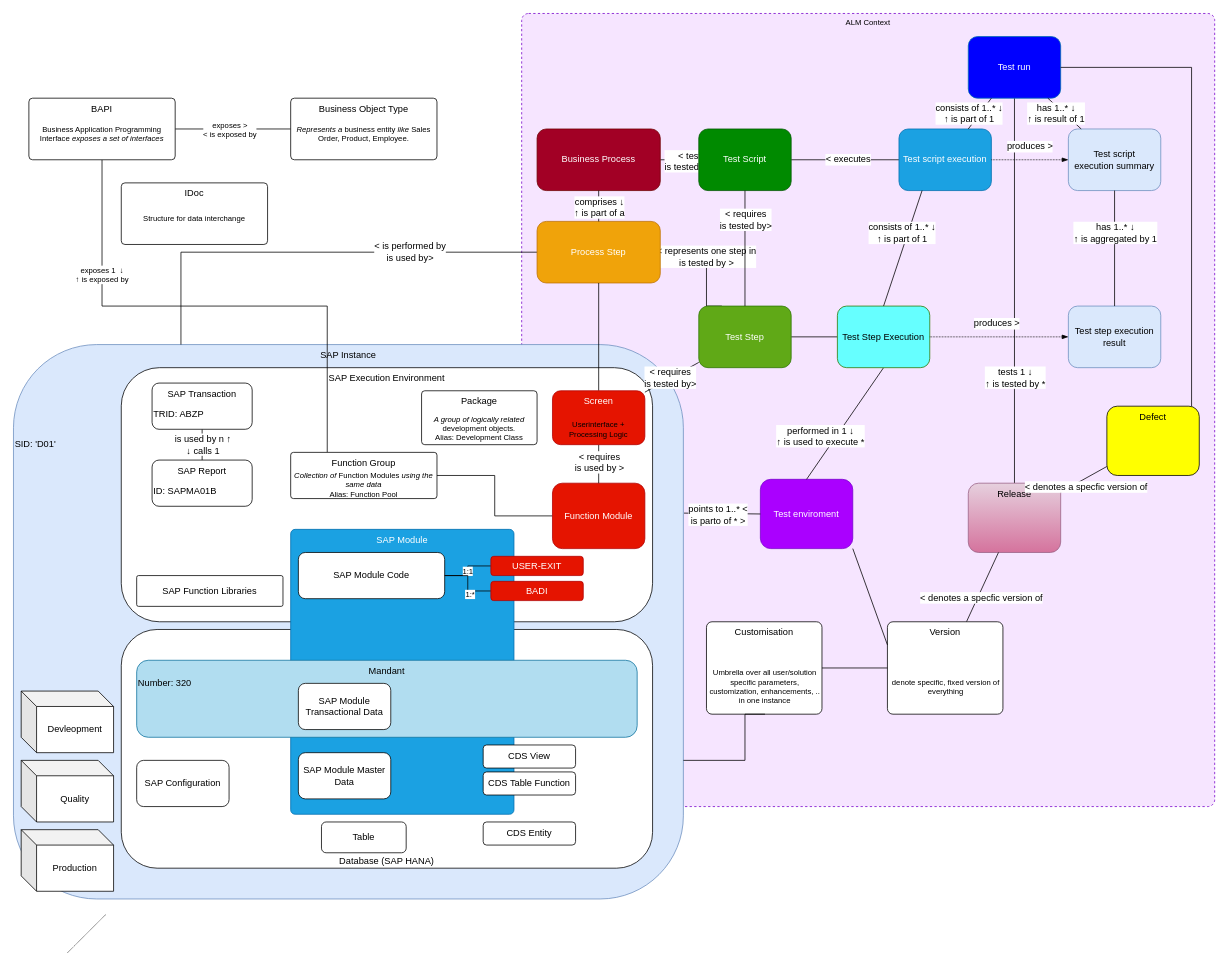
Before: SAP-Information-Model.drawio in sp-christian/sap-information-model, a draw.io diagram. Source tidied: cells renumbered, new cells numbered last; positions are measured from the earlier drawing's top-left corner, leaving out a move shared by most shapes. Both pictures are drawn from the tidied source at 77%, with x=0, y=0 at pixel (13, 13).
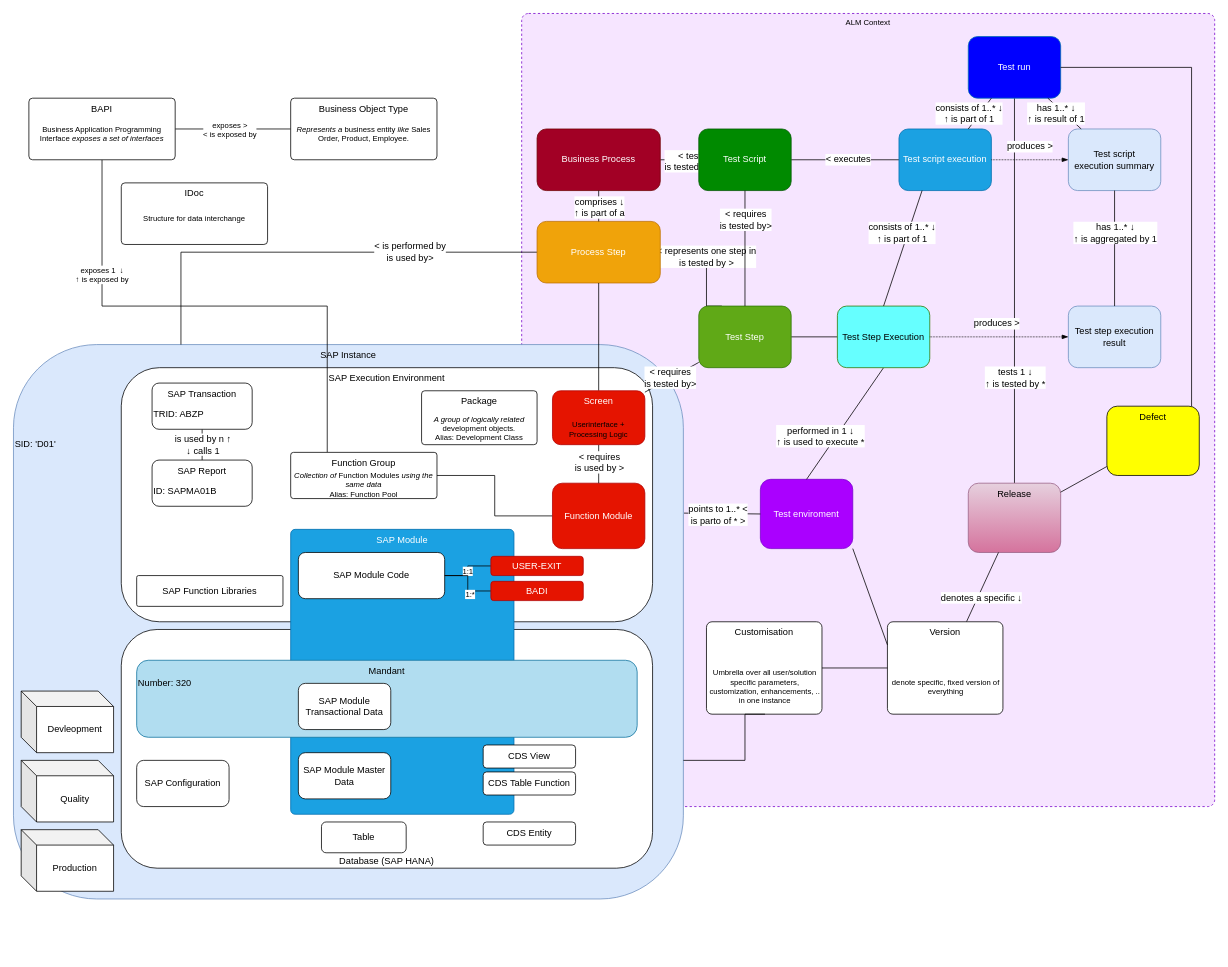
The same diagram, later.

Unchanged cells that the change refers to:
```xml
<mxCell id="80" style="endArrow=none;html=1;" parent="1" edge="1" source="87" target="79">
  <mxGeometry relative="1" as="geometry" />
</mxCell>
<mxCell id="117" style="endArrow=none;html=1;" parent="1" edge="1" source="115" target="79">
  <mxGeometry relative="1" as="geometry" />
</mxCell>
```

The edit, as a diff of the source:
```diff
@@
-    <mxCell id="81" value="&amp;lt; denotes a specfic version of" style="text;html=1;align=center;verticalAlign=middle;labelBackgroundColor=#ffffff;" parent="80" vertex="1">
+    <mxCell id="81" value="denotes a specific ↓" style="text;html=1;align=center;verticalAlign=middle;labelBackgroundColor=#ffffff;" parent="80" vertex="1">
       <mxGeometry x="-0.08" relative="1" as="geometry">
         <mxPoint y="10.2" as="offset" />
       </mxGeometry>
     </mxCell>
@@
-    <mxCell id="116" style="endArrow=none;html=1;dashed=1;dashPattern=1 1;" parent="1" edge="1">
-      <mxGeometry relative="1" as="geometry">
-        <mxPoint x="70" y="1220" as="sourcePoint" />
-        <mxPoint x="120" y="1170" as="targetPoint" />
-      </mxGeometry>
-    </mxCell>
@@
-    <mxCell id="118" value="&amp;lt; denotes a specfic version of" style="text;html=1;align=center;verticalAlign=middle;labelBackgroundColor=#ffffff;" parent="117" vertex="1">
-      <mxGeometry x="-0.08" relative="1" as="geometry">
-        <mxPoint y="10.2" as="offset" />
-      </mxGeometry>
-    </mxCell>
```
